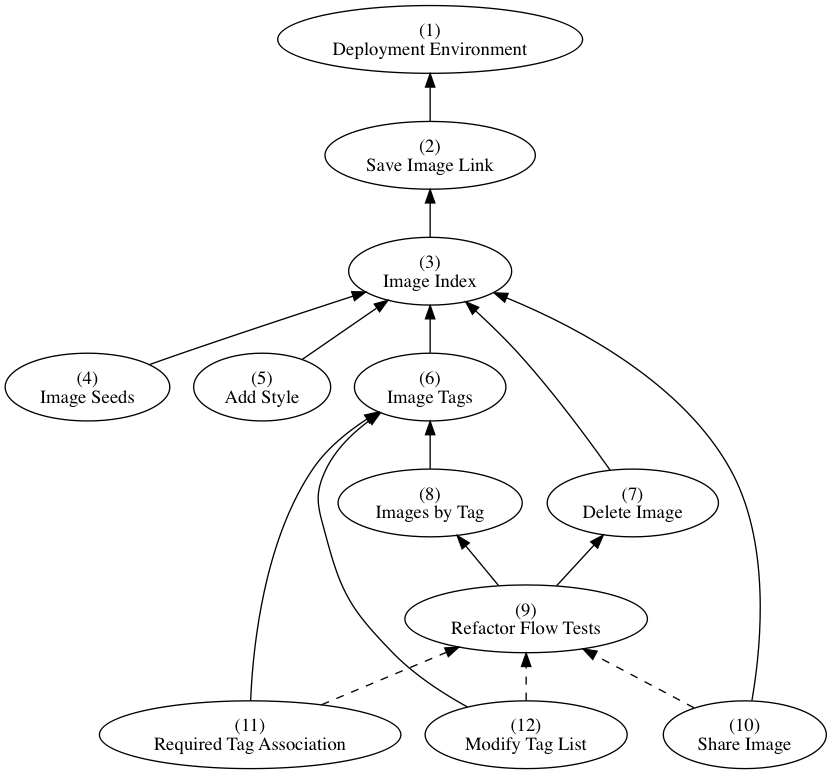
Above: dependencies.png in AppFolioOnboarding/tasks (Graphviz), before the change. Its source is kept beside it as dependencies.dot.
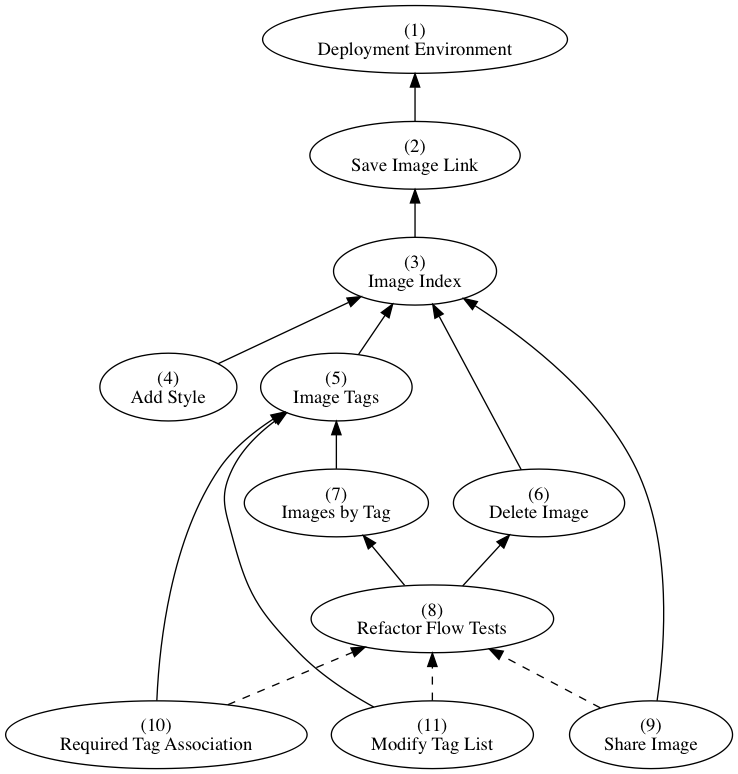
After the commit.

Commit message:
Remove seeds story

Change to the diagram source:
```diff
@@ -4,20 +4,18 @@
   "Deployment Environment" [label="(1)\nDeployment Environment"]
   "Save Image Link" [label="(2)\nSave Image Link"]
   "Image Index" [label="(3)\nImage Index"]
-  "Image Seeds" [label="(4)\nImage Seeds"]
-  "Add Style" [label="(5)\nAdd Style"]
-  "Image Tags" [label="(6)\nImage Tags"]
-  "Delete Image" [label="(7)\nDelete Image"]
-  "Images by Tag" [label="(8)\nImages by Tag"]
-  "Refactor Flow Tests" [label="(9)\nRefactor Flow Tests"]
-  "Share Image" [label="(10)\nShare Image"]
-  "Required Tag Association" [label="(11)\nRequired Tag Association"]
-  "Modify Tag List" [label="(12)\nModify Tag List"]
+  "Add Style" [label="(4)\nAdd Style"]
+  "Image Tags" [label="(5)\nImage Tags"]
+  "Delete Image" [label="(6)\nDelete Image"]
+  "Images by Tag" [label="(7)\nImages by Tag"]
+  "Refactor Flow Tests" [label="(8)\nRefactor Flow Tests"]
+  "Share Image" [label="(9)\nShare Image"]
+  "Required Tag Association" [label="(10)\nRequired Tag Association"]
+  "Modify Tag List" [label="(11)\nModify Tag List"]
 
   "Add Style" -> "Image Index"
   "Delete Image" -> "Image Index"
   "Image Index" -> "Save Image Link"
-  "Image Seeds" -> "Image Index"
   "Image Tags" -> "Image Index"
   "Images by Tag" -> "Image Tags"
   "Modify Tag List" -> "Image Tags"
```
